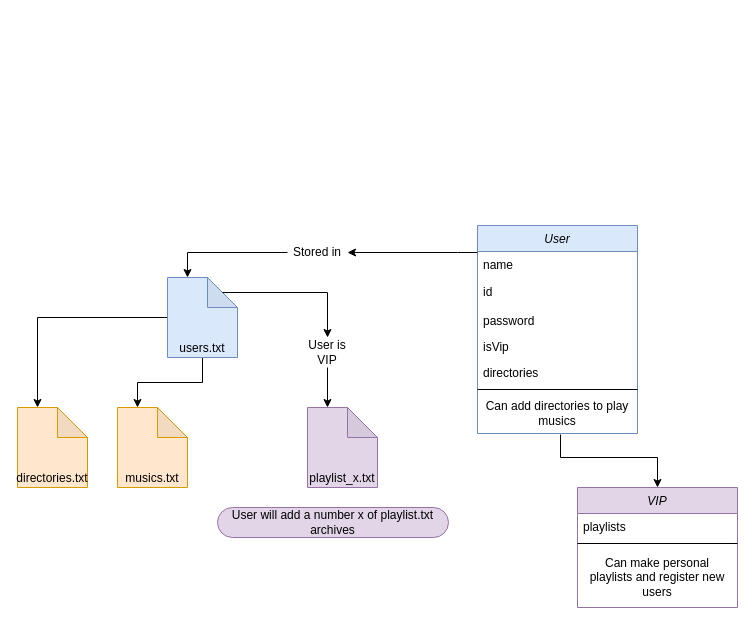
Above: LP2_MusicPlayer.drawio in CV1tor/music-player (draw.io), before the change. Source tidied: cells renumbered, new cells numbered last; positions are measured from the earlier drawing's top-left corner, leaving out a move shared by most shapes. Both pictures are drawn from the tidied source at 100%, with x=0, y=0 at pixel (17, 225).
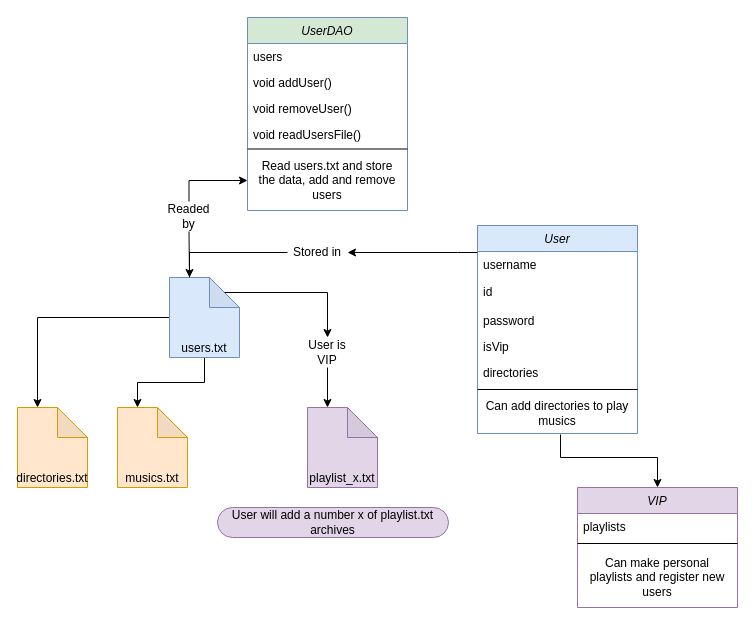
The same page after the edit.

The change refers to these unchanged cells:
```xml
<mxCell id="3" value="User" style="swimlane;fontStyle=2;align=center;verticalAlign=top;horizontal=1;startSize=26;rounded=0;shadow=0;strokeWidth=1;fillColor=#dae8fc;strokeColor=#6c8ebf;" parent="1" vertex="1">
  <mxGeometry x="460" width="160" height="208" as="geometry" />
</mxCell>
```

The edit, as a diff of the source:
```diff
@@
-    <mxCell id="4" value="name" style="text;align=left;verticalAlign=top;spacingLeft=4;spacingRight=4;overflow=hidden;points=[[0,0.5],[1,0.5]];portConstraint=eastwest;" parent="3" vertex="1">
+    <mxCell id="4" value="username" style="text;align=left;verticalAlign=top;spacingLeft=4;spacingRight=4;overflow=hidden;points=[[0,0.5],[1,0.5]];portConstraint=eastwest;" parent="3" vertex="1">
       <mxGeometry y="26" width="160" height="26" as="geometry" />
     </mxCell>
@@
     <mxCell id="21" value="users.txt" style="shape=note;whiteSpace=wrap;html=1;backgroundOutline=1;darkOpacity=0.05;fillColor=#dae8fc;strokeColor=#6c8ebf;verticalAlign=bottom;" parent="1" vertex="1">
-      <mxGeometry x="150" y="52" width="70" height="80" as="geometry" />
+      <mxGeometry x="152" y="52" width="70" height="80" as="geometry" />
     </mxCell>
@@
+    <mxCell id="28" value="UserDAO" style="swimlane;fontStyle=2;align=center;verticalAlign=top;horizontal=1;startSize=26;rounded=0;shadow=0;strokeWidth=1;fillColor=#D5E8D4;strokeColor=#6c8ebf;" parent="1" vertex="1">
+      <mxGeometry x="230" y="-208" width="160" height="193" as="geometry" />
+    </mxCell>
+    <mxCell id="29" value="users" style="text;align=left;verticalAlign=top;spacingLeft=4;spacingRight=4;overflow=hidden;" parent="28" vertex="1">
+      <mxGeometry y="26" width="160" height="26" as="geometry" />
+    </mxCell>
+    <mxCell id="30" value="void addUser()" style="text;align=left;verticalAlign=top;spacingLeft=4;spacingRight=4;overflow=hidden;" parent="28" vertex="1">
+      <mxGeometry y="52" width="160" height="26" as="geometry" />
+    </mxCell>
+    <mxCell id="31" value="void removeUser()&#10;" style="text;align=left;verticalAlign=top;spacingLeft=4;spacingRight=4;overflow=hidden;" parent="28" vertex="1">
+      <mxGeometry y="78" width="160" height="26" as="geometry" />
+    </mxCell>
+    <mxCell id="32" value="void readUsersFile()" style="text;align=left;verticalAlign=top;spacingLeft=4;spacingRight=4;overflow=hidden;" parent="28" vertex="1">
+      <mxGeometry y="104" width="160" height="26" as="geometry" />
+    </mxCell>
+    <mxCell id="33" style="line;html=1;strokeWidth=1;align=left;verticalAlign=middle;spacingTop=-1;spacingLeft=3;spacingRight=3;labelPosition=right;" parent="28" vertex="1">
+      <mxGeometry y="130" width="160" height="3" as="geometry" />
+    </mxCell>
+    <mxCell id="34" value="Read users.txt and store the data, add and remove users" style="text;align=center;verticalAlign=middle;spacingLeft=4;spacingRight=4;overflow=hidden;points=[[0,0.5],[1,0.5]];portConstraint=eastwest;whiteSpace=wrap;" parent="28" vertex="1">
+      <mxGeometry y="133" width="160" height="60" as="geometry" />
+    </mxCell>
+    <mxCell id="35" style="endArrow=classic;html=1;rounded=0;entryX=0;entryY=0.5;entryDx=0;entryDy=0;edgeStyle=orthogonalEdgeStyle;exitX=0.5;exitY=0;exitDx=0;exitDy=0;" parent="1" edge="1" source="36" target="34">
+      <mxGeometry relative="1" as="geometry">
+        <Array as="points">
+          <mxPoint x="172" y="-45" />
+        </Array>
+      </mxGeometry>
+    </mxCell>
+    <mxCell id="36" value="Readed by" style="text;html=1;strokeColor=none;fillColor=none;align=center;verticalAlign=middle;whiteSpace=wrap;rounded=0;" parent="1" vertex="1">
+      <mxGeometry x="143" y="-24" width="57" height="30" as="geometry" />
+    </mxCell>
+    <mxCell id="37" style="endArrow=none;html=1;rounded=0;exitX=0;exitY=0;exitDx=20;exitDy=0;exitPerimeter=0;entryX=0.5;entryY=1;entryDx=0;entryDy=0;" parent="1" edge="1" source="21" target="36">
+      <mxGeometry relative="1" as="geometry" />
+    </mxCell>
```
